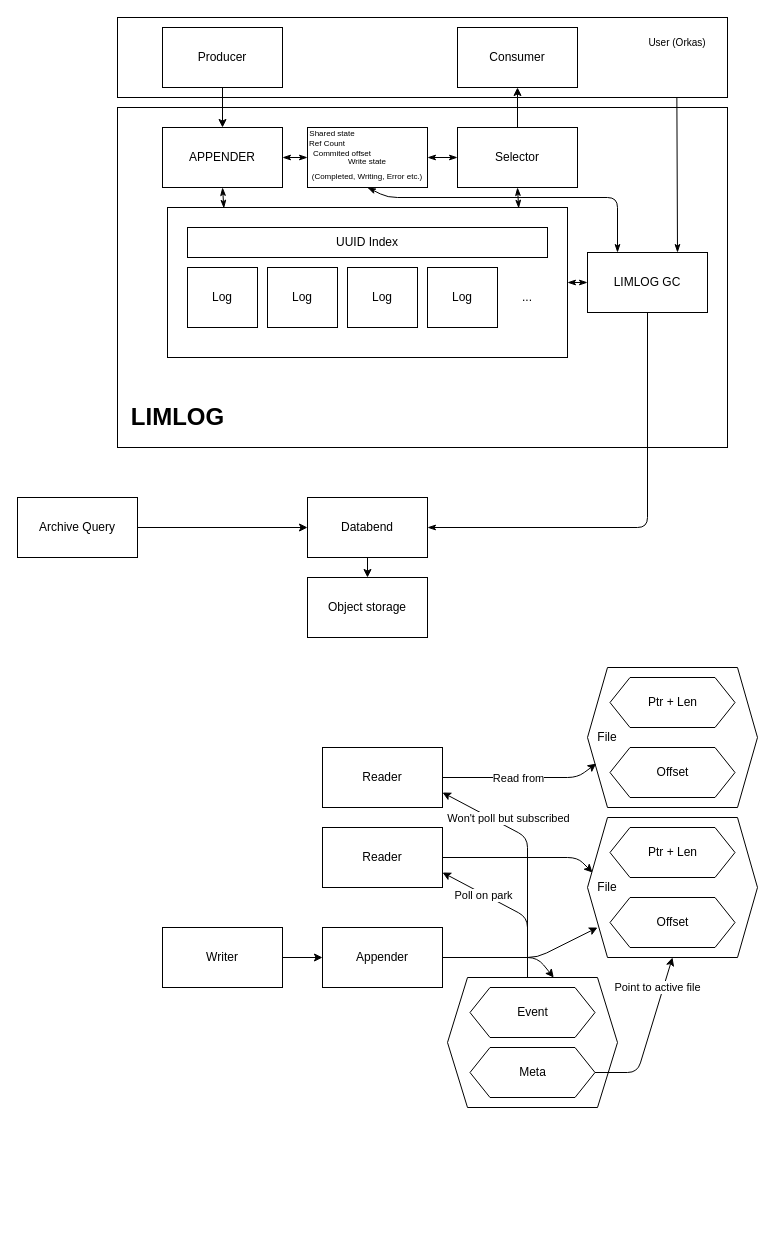
Earlier version of the draw.io diagram arch.drawio (Limit-LAB/limlog). Source tidied: cells renumbered, new cells numbered last; positions are measured from the earlier drawing's top-left corner, leaving out a move shared by most shapes. Both pictures are drawn from the tidied source at 100%, with x=0, y=0 at pixel (17, 17).
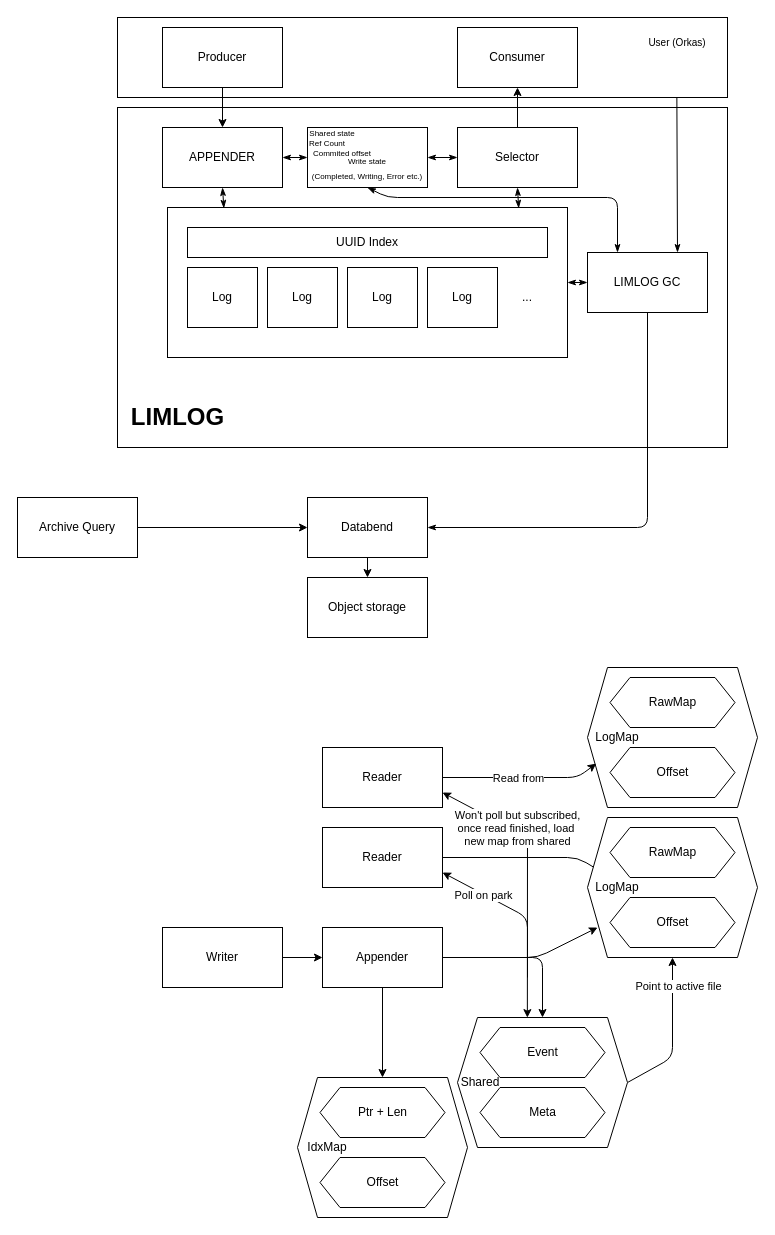
The same diagram, later.

The change refers to these unchanged cells:
```xml
<mxCell id="40" value="Reader" style="rounded=0;whiteSpace=wrap;html=1;" parent="1" vertex="1">
  <mxGeometry x="305" y="810" width="120" height="60" as="geometry" />
</mxCell>
<mxCell id="43" value="Appender" style="rounded=0;whiteSpace=wrap;html=1;" parent="1" vertex="1">
  <mxGeometry x="305" y="910" width="120" height="60" as="geometry" />
</mxCell>
<mxCell id="51" style="group;" parent="50" vertex="1">
  <mxGeometry x="-10" width="180" height="140" as="geometry" />
</mxCell>
<mxCell id="58" value="Reader" style="rounded=0;whiteSpace=wrap;html=1;" parent="1" vertex="1">
  <mxGeometry x="305" y="730" width="120" height="60" as="geometry" />
</mxCell>
<mxCell id="60" style="group;" parent="59" vertex="1">
  <mxGeometry x="-10" width="180" height="140" as="geometry" />
</mxCell>
<mxCell id="61" style="shape=hexagon;perimeter=hexagonPerimeter2;whiteSpace=wrap;html=1;fixedSize=1;" parent="60" vertex="1">
  <mxGeometry x="10" width="170" height="140" as="geometry" />
</mxCell>
```

Diff of the diagram source:
```diff
@@
-    <mxCell id="42" style="edgeStyle=none;html=1;exitX=1;exitY=0.5;exitDx=0;exitDy=0;entryX=0.625;entryY=0;entryDx=0;entryDy=0;" parent="1" edge="1" source="43" target="65">
+    <mxCell id="42" style="edgeStyle=none;html=1;exitX=1;exitY=0.5;exitDx=0;exitDy=0;entryX=0.5;entryY=0;entryDx=0;entryDy=0;" parent="1" edge="1" source="43" target="65">
       <mxGeometry relative="1" as="geometry">
         <Array as="points">
-          <mxPoint x="520" y="940" />
+          <mxPoint x="525" y="940" />
         </Array>
       </mxGeometry>
     </mxCell>
+    <mxCell id="70" style="edgeStyle=none;html=1;exitX=0.5;exitY=1;exitDx=0;exitDy=0;entryX=0.5;entryY=0;entryDx=0;entryDy=0;" parent="1" edge="1" source="43" target="76">
+      <mxGeometry relative="1" as="geometry" />
+    </mxCell>
@@
-    <mxCell id="46" style="edgeStyle=none;html=1;exitX=0.5;exitY=0;exitDx=0;exitDy=0;entryX=1;entryY=0.75;entryDx=0;entryDy=0;" parent="1" edge="1" target="40">
+    <mxCell id="46" style="edgeStyle=none;html=1;entryX=1;entryY=0.75;entryDx=0;entryDy=0;" parent="1" edge="1" target="40">
       <mxGeometry relative="1" as="geometry">
         <mxPoint x="510" y="960" as="sourcePoint" />
         <Array as="points">
           <mxPoint x="510" y="900" />
         </Array>
       </mxGeometry>
     </mxCell>
@@
-    <mxCell id="48" style="edgeStyle=none;html=1;exitX=0.5;exitY=0;exitDx=0;exitDy=0;entryX=1;entryY=0.75;entryDx=0;entryDy=0;" parent="1" edge="1" target="58">
+    <mxCell id="48" style="edgeStyle=none;html=1;exitX=0.411;exitY=0.001;exitDx=0;exitDy=0;entryX=1;entryY=0.75;entryDx=0;entryDy=0;exitPerimeter=0;startArrow=classic;startFill=1;" parent="1" edge="1" source="65" target="58">
       <mxGeometry relative="1" as="geometry">
-        <mxPoint x="510" y="960" as="sourcePoint" />
         <Array as="points">
           <mxPoint x="510" y="820" />
         </Array>
       </mxGeometry>
     </mxCell>
-    <mxCell id="49" value="Won't poll but subscribed" style="edgeLabel;html=1;align=center;verticalAlign=middle;" parent="48" vertex="1">
+    <mxCell id="49" value="Won't poll but subscribed,&lt;br&gt;once read finished, load&amp;nbsp;&lt;br&gt;new map from shared" style="edgeLabel;html=1;align=center;verticalAlign=middle;" parent="48" vertex="1">
       <mxGeometry x="-0.05" y="-3" relative="1" as="geometry">
-        <mxPoint x="-23" y="-48" as="offset" />
+        <mxPoint x="-13" y="-59" as="offset" />
       </mxGeometry>
     </mxCell>
@@
-    <mxCell id="53" value="Ptr + Len" style="shape=hexagon;perimeter=hexagonPerimeter2;whiteSpace=wrap;html=1;fixedSize=1;" parent="51" vertex="1">
+    <mxCell id="53" value="RawMap" style="shape=hexagon;perimeter=hexagonPerimeter2;whiteSpace=wrap;html=1;fixedSize=1;" parent="51" vertex="1">
       <mxGeometry x="32.5" y="10" width="125" height="50" as="geometry" />
     </mxCell>
@@
-    <mxCell id="55" value="File" style="text;html=1;strokeColor=none;fillColor=none;align=center;verticalAlign=middle;whiteSpace=wrap;rounded=0;" parent="51" vertex="1">
-      <mxGeometry y="55" width="60" height="30" as="geometry" />
-    </mxCell>
+    <mxCell id="71" value="LogMap" style="text;html=1;strokeColor=none;fillColor=none;align=center;verticalAlign=middle;whiteSpace=wrap;rounded=0;" parent="51" vertex="1">
+      <mxGeometry x="10" y="55" width="60" height="30" as="geometry" />
+    </mxCell>
@@
-    <mxCell id="62" value="Ptr + Len" style="shape=hexagon;perimeter=hexagonPerimeter2;whiteSpace=wrap;html=1;fixedSize=1;" parent="60" vertex="1">
+    <mxCell id="62" value="RawMap" style="shape=hexagon;perimeter=hexagonPerimeter2;whiteSpace=wrap;html=1;fixedSize=1;" parent="60" vertex="1">
       <mxGeometry x="32.5" y="10" width="125" height="50" as="geometry" />
     </mxCell>
@@
-    <mxCell id="64" value="File" style="text;html=1;strokeColor=none;fillColor=none;align=center;verticalAlign=middle;whiteSpace=wrap;rounded=0;" parent="60" vertex="1">
-      <mxGeometry y="55" width="60" height="30" as="geometry" />
+    <mxCell id="64" value="LogMap" style="text;html=1;strokeColor=none;fillColor=none;align=center;verticalAlign=middle;whiteSpace=wrap;rounded=0;" parent="60" vertex="1">
+      <mxGeometry x="10" y="55" width="60" height="30" as="geometry" />
     </mxCell>
+    <mxCell id="67" style="edgeStyle=none;html=1;exitX=1;exitY=0.5;exitDx=0;exitDy=0;entryX=0.5;entryY=1;entryDx=0;entryDy=0;" parent="1" edge="1" source="65" target="61">
+      <mxGeometry relative="1" as="geometry">
+        <Array as="points">
+          <mxPoint x="655" y="1040" />
+        </Array>
+      </mxGeometry>
+    </mxCell>
+    <mxCell id="68" value="Point to active file" style="edgeLabel;html=1;align=center;verticalAlign=middle;" parent="67" vertex="1">
+      <mxGeometry x="0.13" y="3" relative="1" as="geometry">
+        <mxPoint x="8" y="-37" as="offset" />
+      </mxGeometry>
+    </mxCell>
+    <mxCell id="72" style="group;" parent="1" vertex="1">
+      <mxGeometry x="280" y="1060" width="170" height="140" as="geometry" />
+    </mxCell>
+    <mxCell id="73" style="group;" parent="72" vertex="1">
+      <mxGeometry x="-10" width="180" height="140" as="geometry" />
+    </mxCell>
+    <mxCell id="74" style="group;" parent="73" vertex="1">
+      <mxGeometry x="10" width="170" height="140" as="geometry" />
+    </mxCell>
+    <mxCell id="75" style="group;" parent="74" vertex="1">
+      <mxGeometry width="170" height="140" as="geometry" />
+    </mxCell>
+    <mxCell id="76" style="shape=hexagon;perimeter=hexagonPerimeter2;whiteSpace=wrap;html=1;fixedSize=1;" parent="75" vertex="1">
+      <mxGeometry width="170" height="140" as="geometry" />
+    </mxCell>
+    <mxCell id="77" value="Ptr + Len" style="shape=hexagon;perimeter=hexagonPerimeter2;whiteSpace=wrap;html=1;fixedSize=1;" parent="75" vertex="1">
+      <mxGeometry x="22.5" y="10" width="125" height="50" as="geometry" />
+    </mxCell>
+    <mxCell id="78" value="Offset" style="shape=hexagon;perimeter=hexagonPerimeter2;whiteSpace=wrap;html=1;fixedSize=1;" parent="75" vertex="1">
+      <mxGeometry x="22.5" y="80" width="125" height="50" as="geometry" />
+    </mxCell>
+    <mxCell id="79" value="IdxMap" style="text;html=1;strokeColor=none;fillColor=none;align=center;verticalAlign=middle;whiteSpace=wrap;rounded=0;" parent="75" vertex="1">
+      <mxGeometry y="55" width="60" height="30" as="geometry" />
+    </mxCell>
+    <mxCell id="80" style="group;" parent="1" vertex="1">
+      <mxGeometry x="440" y="1000" width="170" height="130" as="geometry" />
+    </mxCell>
-    <mxCell id="65" style="shape=hexagon;perimeter=hexagonPerimeter2;whiteSpace=wrap;html=1;fixedSize=1;" parent="1" vertex="1">
-      <mxGeometry x="430" y="960" width="170" height="130" as="geometry" />
+    <mxCell id="65" style="shape=hexagon;perimeter=hexagonPerimeter2;whiteSpace=wrap;html=1;fixedSize=1;" parent="80" vertex="1">
+      <mxGeometry width="170" height="130" as="geometry" />
     </mxCell>
-    <mxCell id="66" value="Event" style="shape=hexagon;perimeter=hexagonPerimeter2;whiteSpace=wrap;html=1;fixedSize=1;" parent="1" vertex="1">
-      <mxGeometry x="452.5" y="970" width="125" height="50" as="geometry" />
+    <mxCell id="66" value="Event" style="shape=hexagon;perimeter=hexagonPerimeter2;whiteSpace=wrap;html=1;fixedSize=1;" parent="80" vertex="1">
+      <mxGeometry x="22.5" y="10" width="125" height="50" as="geometry" />
     </mxCell>
-    <mxCell id="67" style="edgeStyle=none;html=1;exitX=1;exitY=0.5;exitDx=0;exitDy=0;entryX=0.5;entryY=1;entryDx=0;entryDy=0;" parent="1" edge="1" source="69" target="61">
-      <mxGeometry relative="1" as="geometry">
-        <Array as="points">
-          <mxPoint x="620" y="1055" />
-        </Array>
-      </mxGeometry>
-    </mxCell>
-    <mxCell id="68" value="Point to active file" style="edgeLabel;html=1;align=center;verticalAlign=middle;" parent="67" vertex="1">
-      <mxGeometry x="0.13" y="3" relative="1" as="geometry">
-        <mxPoint x="8" y="-37" as="offset" />
-      </mxGeometry>
-    </mxCell>
-    <mxCell id="69" value="Meta" style="shape=hexagon;perimeter=hexagonPerimeter2;whiteSpace=wrap;html=1;fixedSize=1;" parent="1" vertex="1">
-      <mxGeometry x="452.5" y="1030" width="125" height="50" as="geometry" />
+    <mxCell id="69" value="Meta" style="shape=hexagon;perimeter=hexagonPerimeter2;whiteSpace=wrap;html=1;fixedSize=1;" parent="80" vertex="1">
+      <mxGeometry x="22.5" y="70" width="125" height="50" as="geometry" />
     </mxCell>
+    <mxCell id="81" value="Shared" style="text;html=1;strokeColor=none;fillColor=none;align=center;verticalAlign=middle;whiteSpace=wrap;rounded=0;" parent="80" vertex="1">
+      <mxGeometry x="-7" y="50" width="60" height="30" as="geometry" />
+    </mxCell>
```
